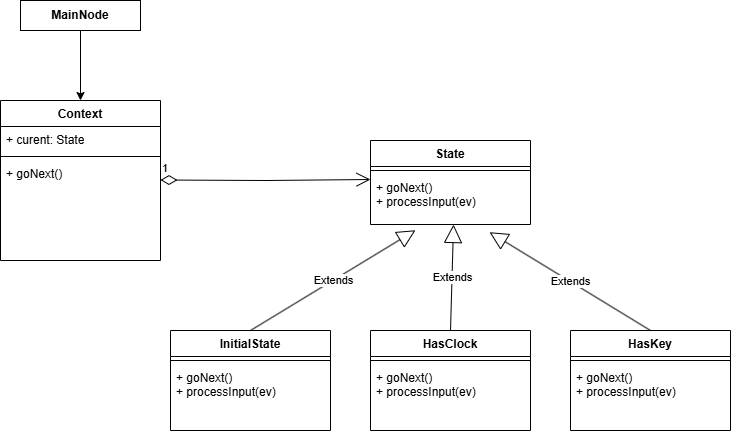
Before: deliverables/StateDP.drawio.png, a diagram exported from draw.io (NoomMiner/Echoes-of-Time). Source tidied: cells renumbered, new cells last; positions are measured from the earlier drawing's top-left corner, leaving out a move shared by most shapes.
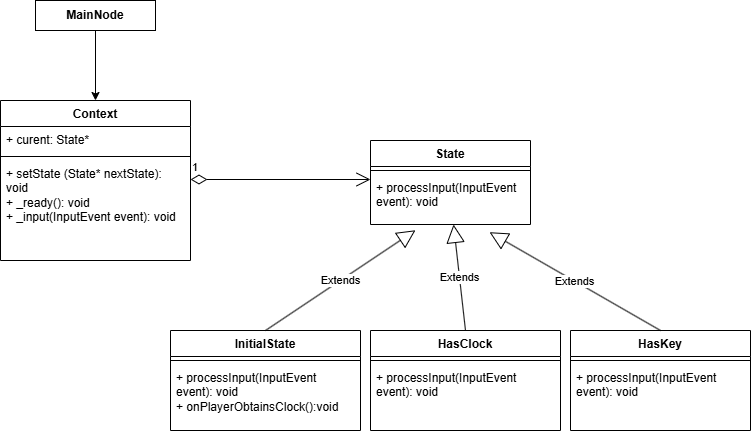
After the commit.

Commit message:
Updating design pattern uml diagrams

Change to the diagram source:
```diff
@@ -3,43 +3,43 @@
     <mxCell id="0" />
     <mxCell id="1" parent="0" />
     <mxCell id="2" value="Context" style="swimlane;fontStyle=1;align=center;verticalAlign=top;horizontal=1;startSize=26;whiteSpace=wrap;html=1;" parent="1" vertex="1">
-      <mxGeometry y="100" width="160" height="160" as="geometry" />
+      <mxGeometry y="100" width="190" height="160" as="geometry" />
     </mxCell>
-    <mxCell id="3" value="+ curent: State" style="text;strokeColor=none;fillColor=none;align=left;verticalAlign=top;spacingLeft=4;spacingRight=4;overflow=hidden;whiteSpace=wrap;html=1;" parent="2" vertex="1">
-      <mxGeometry y="26" width="160" height="26" as="geometry" />
+    <mxCell id="3" value="+ curent: State*" style="text;strokeColor=none;fillColor=none;align=left;verticalAlign=top;spacingLeft=4;spacingRight=4;overflow=hidden;whiteSpace=wrap;html=1;" parent="2" vertex="1">
+      <mxGeometry y="26" width="190" height="26" as="geometry" />
     </mxCell>
     <mxCell id="4" style="line;strokeWidth=1;fillColor=none;align=left;verticalAlign=middle;spacingTop=-1;spacingLeft=3;spacingRight=3;labelPosition=right;strokeColor=inherit;" parent="2" vertex="1">
-      <mxGeometry y="52" width="160" height="8" as="geometry" />
+      <mxGeometry y="52" width="190" height="8" as="geometry" />
     </mxCell>
-    <mxCell id="5" value="&lt;div&gt;&lt;span style=&quot;background-color: transparent; color: light-dark(rgb(0, 0, 0), rgb(255, 255, 255));&quot;&gt;+ goNext()&lt;/span&gt;&lt;/div&gt;&lt;div&gt;&lt;div&gt;&lt;br&gt;&lt;/div&gt;&lt;/div&gt;" style="text;strokeColor=none;fillColor=none;align=left;verticalAlign=top;spacingLeft=4;spacingRight=4;overflow=hidden;whiteSpace=wrap;html=1;" parent="2" vertex="1">
-      <mxGeometry y="60" width="160" height="100" as="geometry" />
+    <mxCell id="5" value="&lt;div&gt;&lt;span style=&quot;background-color: transparent; color: light-dark(rgb(0, 0, 0), rgb(255, 255, 255));&quot;&gt;+ setState (State* nextState): void&lt;/span&gt;&lt;/div&gt;&lt;div&gt;+ _ready(): void&lt;/div&gt;&lt;div&gt;+ _input(InputEvent event): void&lt;/div&gt;&lt;div&gt;&lt;div&gt;&lt;br&gt;&lt;/div&gt;&lt;/div&gt;" style="text;strokeColor=none;fillColor=none;align=left;verticalAlign=top;spacingLeft=4;spacingRight=4;overflow=hidden;whiteSpace=wrap;html=1;" parent="2" vertex="1">
+      <mxGeometry y="60" width="190" height="100" as="geometry" />
     </mxCell>
     <mxCell id="6" value="HasKey" style="swimlane;fontStyle=1;align=center;verticalAlign=top;horizontal=1;startSize=26;whiteSpace=wrap;html=1;" parent="1" vertex="1">
-      <mxGeometry x="570" y="330" width="160" height="100" as="geometry" />
+      <mxGeometry x="570" y="330" width="180" height="100" as="geometry" />
     </mxCell>
     <mxCell id="7" style="line;strokeWidth=1;fillColor=none;align=left;verticalAlign=middle;spacingTop=-1;spacingLeft=3;spacingRight=3;labelPosition=right;strokeColor=inherit;" parent="6" vertex="1">
-      <mxGeometry y="26" width="160" height="8" as="geometry" />
+      <mxGeometry y="26" width="180" height="8" as="geometry" />
     </mxCell>
-    <mxCell id="8" value="+ goNext()&lt;div&gt;&lt;div&gt;+&amp;nbsp;&lt;span style=&quot;background-color: transparent; color: light-dark(rgb(0, 0, 0), rgb(255, 255, 255));&quot;&gt;processInput(ev)&lt;/span&gt;&lt;/div&gt;&lt;/div&gt;" style="text;strokeColor=none;fillColor=none;align=left;verticalAlign=top;spacingLeft=4;spacingRight=4;overflow=hidden;whiteSpace=wrap;html=1;" parent="6" vertex="1">
-      <mxGeometry y="34" width="160" height="66" as="geometry" />
+    <mxCell id="8" value="&lt;div&gt;+&amp;nbsp;&lt;span style=&quot;background-color: transparent; color: light-dark(rgb(0, 0, 0), rgb(255, 255, 255));&quot;&gt;processInput(InputEvent event): void&lt;/span&gt;&lt;/div&gt;&lt;div&gt;&lt;span style=&quot;background-color: transparent; color: light-dark(rgb(0, 0, 0), rgb(255, 255, 255));&quot;&gt;&lt;br&gt;&lt;/span&gt;&lt;/div&gt;" style="text;strokeColor=none;fillColor=none;align=left;verticalAlign=top;spacingLeft=4;spacingRight=4;overflow=hidden;whiteSpace=wrap;html=1;" parent="6" vertex="1">
+      <mxGeometry y="34" width="180" height="66" as="geometry" />
     </mxCell>
     <mxCell id="9" value="HasClock" style="swimlane;fontStyle=1;align=center;verticalAlign=top;horizontal=1;startSize=26;whiteSpace=wrap;html=1;" parent="1" vertex="1">
-      <mxGeometry x="370" y="330" width="160" height="100" as="geometry" />
+      <mxGeometry x="370" y="330" width="190" height="100" as="geometry" />
     </mxCell>
     <mxCell id="10" style="line;strokeWidth=1;fillColor=none;align=left;verticalAlign=middle;spacingTop=-1;spacingLeft=3;spacingRight=3;labelPosition=right;strokeColor=inherit;" parent="9" vertex="1">
-      <mxGeometry y="26" width="160" height="8" as="geometry" />
+      <mxGeometry y="26" width="190" height="8" as="geometry" />
     </mxCell>
-    <mxCell id="11" value="+ goNext()&lt;div&gt;&lt;div&gt;+&amp;nbsp;&lt;span style=&quot;background-color: transparent; color: light-dark(rgb(0, 0, 0), rgb(255, 255, 255));&quot;&gt;processInput(ev)&lt;/span&gt;&lt;/div&gt;&lt;/div&gt;&lt;div&gt;&lt;br&gt;&lt;/div&gt;" style="text;strokeColor=none;fillColor=none;align=left;verticalAlign=top;spacingLeft=4;spacingRight=4;overflow=hidden;whiteSpace=wrap;html=1;" parent="9" vertex="1">
-      <mxGeometry y="34" width="160" height="66" as="geometry" />
+    <mxCell id="11" value="&lt;div&gt;&lt;div&gt;&lt;div&gt;&lt;div&gt;+&amp;nbsp;&lt;span style=&quot;background-color: transparent; color: light-dark(rgb(0, 0, 0), rgb(255, 255, 255));&quot;&gt;processInput(InputEvent event): void&lt;/span&gt;&lt;/div&gt;&lt;/div&gt;&lt;/div&gt;&lt;/div&gt;&lt;div&gt;&lt;span style=&quot;background-color: transparent; color: light-dark(rgb(0, 0, 0), rgb(255, 255, 255));&quot;&gt;&lt;br&gt;&lt;/span&gt;&lt;/div&gt;" style="text;strokeColor=none;fillColor=none;align=left;verticalAlign=top;spacingLeft=4;spacingRight=4;overflow=hidden;whiteSpace=wrap;html=1;" parent="9" vertex="1">
+      <mxGeometry y="34" width="190" height="66" as="geometry" />
     </mxCell>
     <mxCell id="12" value="InitialState" style="swimlane;fontStyle=1;align=center;verticalAlign=top;horizontal=1;startSize=26;whiteSpace=wrap;html=1;" parent="1" vertex="1">
-      <mxGeometry x="170" y="330" width="160" height="100" as="geometry" />
+      <mxGeometry x="170" y="330" width="190" height="100" as="geometry" />
     </mxCell>
     <mxCell id="13" style="line;strokeWidth=1;fillColor=none;align=left;verticalAlign=middle;spacingTop=-1;spacingLeft=3;spacingRight=3;labelPosition=right;strokeColor=inherit;" parent="12" vertex="1">
-      <mxGeometry y="26" width="160" height="8" as="geometry" />
+      <mxGeometry y="26" width="190" height="8" as="geometry" />
     </mxCell>
-    <mxCell id="14" value="+ goNext()&lt;div&gt;&lt;div&gt;+&amp;nbsp;&lt;span style=&quot;background-color: transparent; color: light-dark(rgb(0, 0, 0), rgb(255, 255, 255));&quot;&gt;processInput(ev)&lt;/span&gt;&lt;/div&gt;&lt;/div&gt;&lt;div&gt;&lt;br&gt;&lt;/div&gt;" style="text;strokeColor=none;fillColor=none;align=left;verticalAlign=top;spacingLeft=4;spacingRight=4;overflow=hidden;whiteSpace=wrap;html=1;" parent="12" vertex="1">
-      <mxGeometry y="34" width="160" height="66" as="geometry" />
+    <mxCell id="14" value="&lt;div&gt;&lt;div&gt;+&amp;nbsp;&lt;span style=&quot;background-color: transparent; color: light-dark(rgb(0, 0, 0), rgb(255, 255, 255));&quot;&gt;processInput(InputEvent event): void&lt;/span&gt;&lt;/div&gt;&lt;/div&gt;&lt;div&gt;&lt;span style=&quot;background-color: transparent; color: light-dark(rgb(0, 0, 0), rgb(255, 255, 255));&quot;&gt;+ onPlayerObtainsClock():void&lt;/span&gt;&lt;/div&gt;" style="text;strokeColor=none;fillColor=none;align=left;verticalAlign=top;spacingLeft=4;spacingRight=4;overflow=hidden;whiteSpace=wrap;html=1;" parent="12" vertex="1">
+      <mxGeometry y="34" width="190" height="66" as="geometry" />
     </mxCell>
     <mxCell id="15" value="State" style="swimlane;fontStyle=1;align=center;verticalAlign=top;horizontal=1;startSize=26;whiteSpace=wrap;html=1;" parent="1" vertex="1">
       <mxGeometry x="370" y="140" width="160" height="84" as="geometry" />
@@ -47,11 +47,11 @@
     <mxCell id="16" style="line;strokeWidth=1;fillColor=none;align=left;verticalAlign=middle;spacingTop=-1;spacingLeft=3;spacingRight=3;labelPosition=right;strokeColor=inherit;" parent="15" vertex="1">
       <mxGeometry y="26" width="160" height="8" as="geometry" />
     </mxCell>
-    <mxCell id="17" value="+ goNext()&lt;div&gt;&lt;div&gt;+&amp;nbsp;&lt;span style=&quot;background-color: transparent; color: light-dark(rgb(0, 0, 0), rgb(255, 255, 255));&quot;&gt;processInput(ev)&lt;/span&gt;&lt;/div&gt;&lt;/div&gt;" style="text;strokeColor=none;fillColor=none;align=left;verticalAlign=top;spacingLeft=4;spacingRight=4;overflow=hidden;points=[[0,0.5],[1,0.5]];portConstraint=eastwest;whiteSpace=wrap;html=1;" parent="15" vertex="1">
+    <mxCell id="17" value="&lt;div&gt;&lt;div&gt;+&amp;nbsp;&lt;span style=&quot;background-color: transparent; color: light-dark(rgb(0, 0, 0), rgb(255, 255, 255));&quot;&gt;processInput(InputEvent event): void&lt;/span&gt;&lt;/div&gt;&lt;/div&gt;&lt;div&gt;&lt;span style=&quot;background-color: transparent; color: light-dark(rgb(0, 0, 0), rgb(255, 255, 255));&quot;&gt;&lt;br&gt;&lt;/span&gt;&lt;/div&gt;" style="text;strokeColor=none;fillColor=none;align=left;verticalAlign=top;spacingLeft=4;spacingRight=4;overflow=hidden;points=[[0,0.5],[1,0.5]];portConstraint=eastwest;whiteSpace=wrap;html=1;" parent="15" vertex="1">
       <mxGeometry y="34" width="160" height="50" as="geometry" />
     </mxCell>
     <mxCell id="18" value="&lt;b&gt;MainNode&lt;/b&gt;" style="rounded=0;whiteSpace=wrap;html=1;" parent="1" vertex="1">
-      <mxGeometry x="20" width="120" height="30" as="geometry" />
+      <mxGeometry x="35" width="120" height="30" as="geometry" />
     </mxCell>
     <mxCell id="19" value="Extends" style="endArrow=block;endSize=16;endFill=0;html=1;rounded=0;exitX=0.5;exitY=0;exitDx=0;exitDy=0;entryX=0.744;entryY=1.154;entryDx=0;entryDy=0;entryPerimeter=0;" parent="1" edge="1" source="6" target="17">
       <mxGeometry relative="1" as="geometry" />
@@ -64,7 +64,7 @@
     </mxCell>
     <mxCell id="22" value="1" style="endArrow=open;html=1;endSize=12;startArrow=diamondThin;startSize=14;startFill=0;edgeStyle=orthogonalEdgeStyle;align=left;verticalAlign=bottom;rounded=0;entryX=0;entryY=0.5;entryDx=0;entryDy=0;" parent="1" edge="1">
       <mxGeometry x="-1" y="3" relative="1" as="geometry">
-        <mxPoint x="160" y="179.5" as="sourcePoint" />
+        <mxPoint x="190" y="179" as="sourcePoint" />
         <mxPoint x="370" y="179" as="targetPoint" />
       </mxGeometry>
     </mxCell>
```
